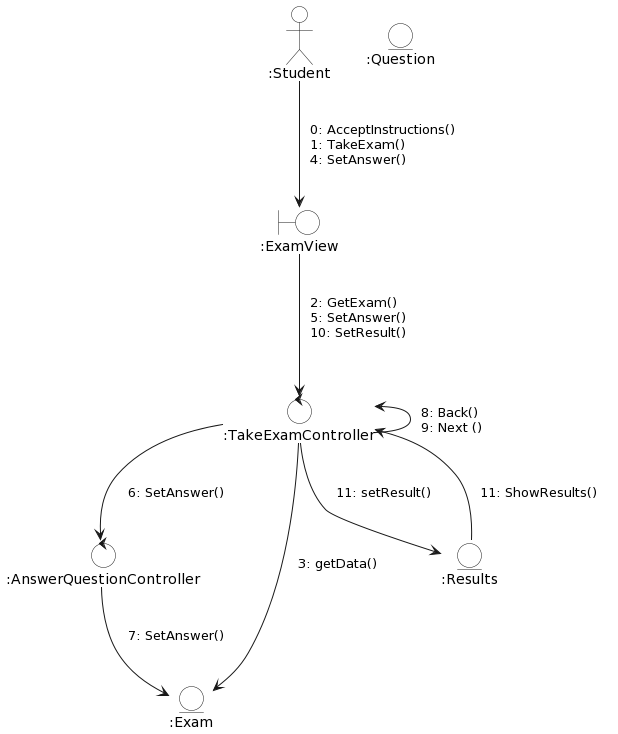
Above: docs/logicalView/analysisView/useCaseAnalysis/DiagramaColaboracionPresentarExamen/DiagramaColaboracionPresentarExamen.png in Carverz/IS-022023_Proyecto-Grupo-4 (PlantUML), before the change.
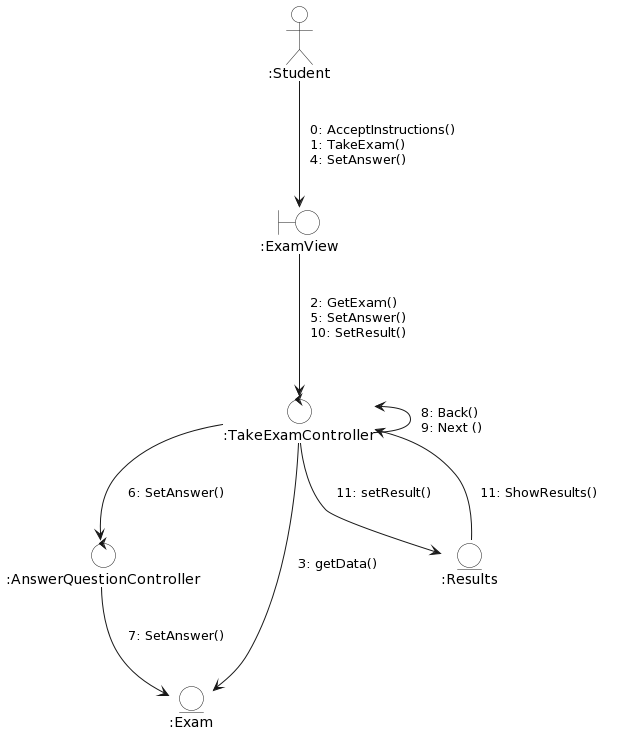
The same file after the commit.

Commit message:
Correccion diagrama de comportamiento Presentar examen

Change to the diagram source:
```diff
@@ -14,7 +14,6 @@
 control ":AnswerQuestionController" as Responder
 entity ":Exam" as Examen
 Entity ":Results" as Resultado
-entity ":Question" as Pregunta
 boundary ":ExamView" as Ver
 
 estudiante --> Ver
```
